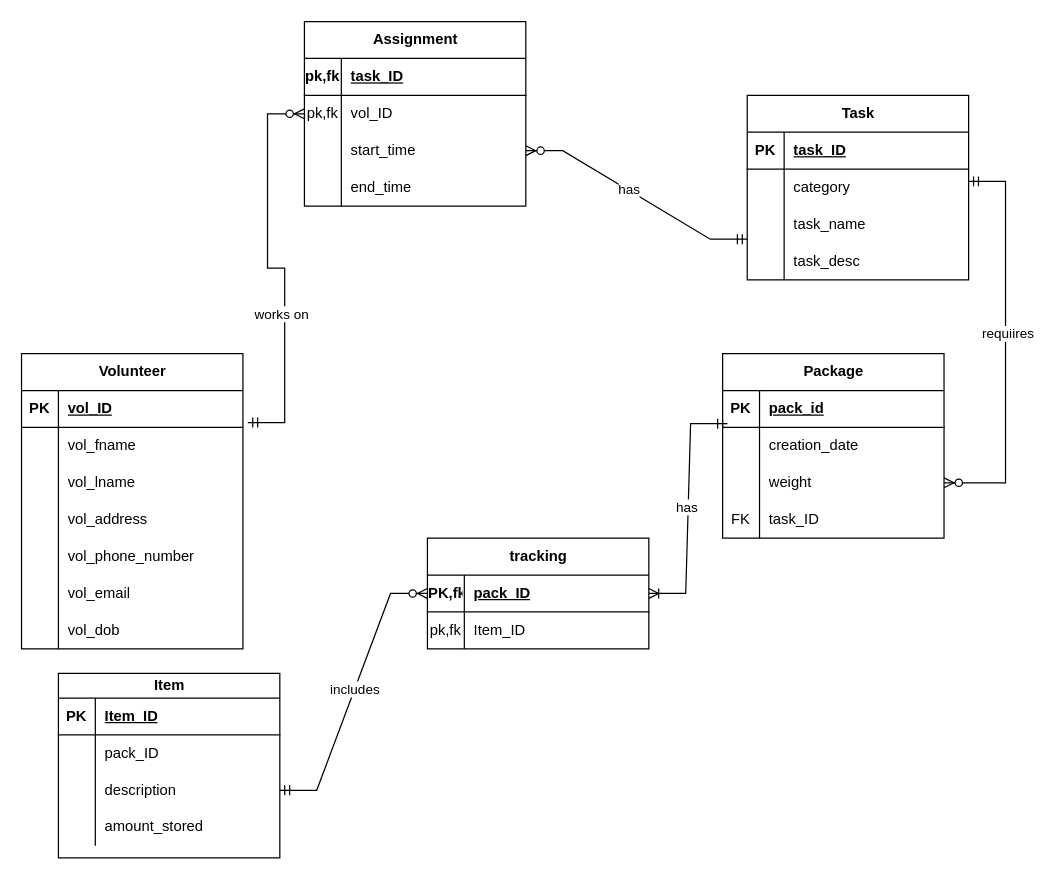
Above: Untitled Diagram.drawio in yumvinegar/database (draw.io), before the change. Source tidied: cells renumbered, new cells numbered last; positions are measured from the earlier drawing's top-left corner, leaving out a move shared by most shapes. Both pictures are drawn from the tidied source at 123%, with x=0, y=0 at pixel (21, 21).
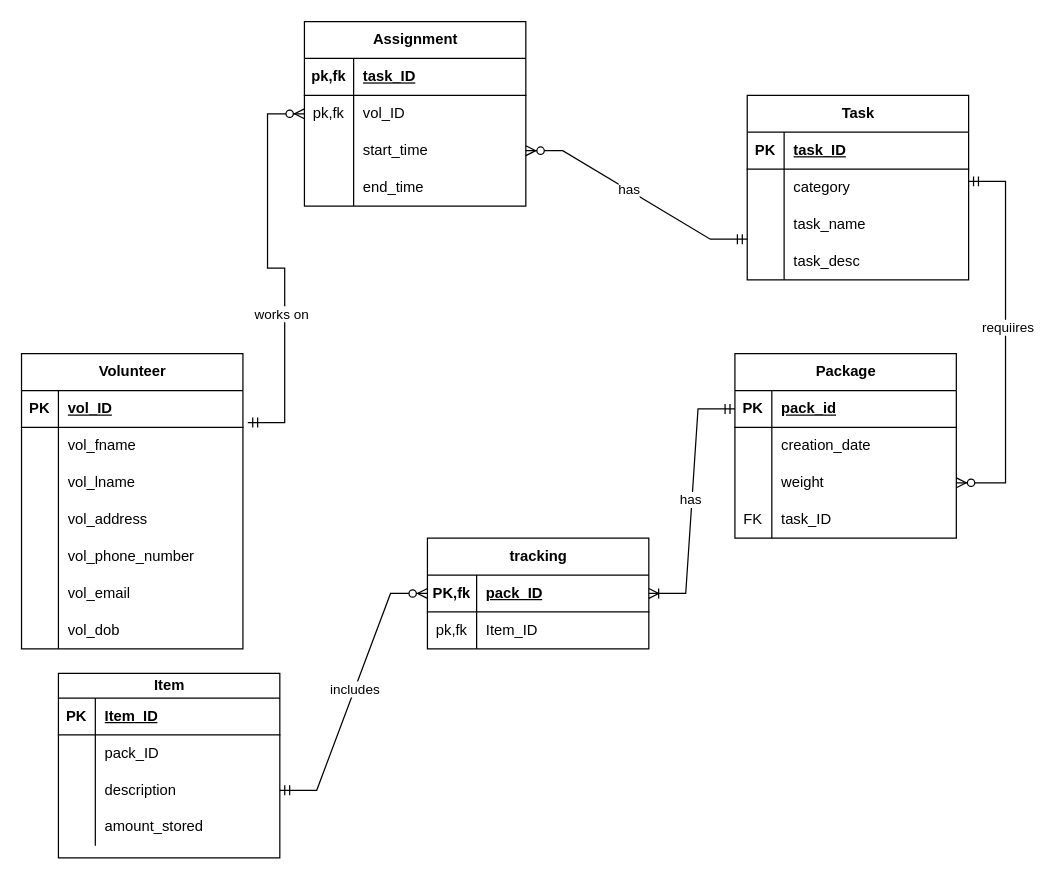
Above is the later version.

Unchanged cells that the change refers to:
```xml
<mxCell id="38" style="shape=tableRow;horizontal=0;startSize=0;swimlaneHead=0;swimlaneBody=0;fillColor=none;points=[[0,0.5],[1,0.5]];portConstraint=eastwest;top=0;left=0;right=0;bottom=1;" parent="37" vertex="1">
  <mxGeometry y="30" width="180" height="30" as="geometry" />
</mxCell>
<mxCell id="41" style="shape=tableRow;horizontal=0;startSize=0;swimlaneHead=0;swimlaneBody=0;fillColor=none;points=[[0,0.5],[1,0.5]];portConstraint=eastwest;top=0;left=0;right=0;bottom=0;" parent="37" vertex="1">
  <mxGeometry y="60" width="180" height="30" as="geometry" />
</mxCell>
<mxCell id="64" style="shape=tableRow;horizontal=0;startSize=0;swimlaneHead=0;swimlaneBody=0;fillColor=none;top=0;left=0;right=0;bottom=1;" parent="63" vertex="1">
  <mxGeometry y="30" width="180" height="30" as="geometry" />
</mxCell>
<mxCell id="67" style="shape=tableRow;horizontal=0;startSize=0;swimlaneHead=0;swimlaneBody=0;fillColor=none;points=[[0,0.5],[1,0.5]];portConstraint=eastwest;top=0;left=0;right=0;bottom=0;" parent="63" vertex="1">
  <mxGeometry y="60" width="180" height="30" as="geometry" />
</mxCell>
<mxCell id="70" style="shape=tableRow;horizontal=0;startSize=0;swimlaneHead=0;swimlaneBody=0;fillColor=none;points=[[0,0.5],[1,0.5]];portConstraint=eastwest;top=0;left=0;right=0;bottom=0;" parent="63" vertex="1">
  <mxGeometry y="90" width="180" height="30" as="geometry" />
</mxCell>
<mxCell id="73" style="shape=tableRow;horizontal=0;startSize=0;swimlaneHead=0;swimlaneBody=0;fillColor=none;top=0;left=0;right=0;bottom=0;" parent="63" vertex="1">
  <mxGeometry y="120" width="180" height="30" as="geometry" />
</mxCell>
<mxCell id="79" style="shape=tableRow;horizontal=0;startSize=0;swimlaneHead=0;swimlaneBody=0;fillColor=none;points=[[0,0.5],[1,0.5]];portConstraint=eastwest;top=0;left=0;right=0;bottom=1;" parent="78" vertex="1">
  <mxGeometry y="30" width="180" height="30" as="geometry" />
</mxCell>
<mxCell id="82" style="shape=tableRow;horizontal=0;startSize=0;swimlaneHead=0;swimlaneBody=0;fillColor=none;top=0;left=0;right=0;bottom=0;" parent="78" vertex="1">
  <mxGeometry y="60" width="180" height="30" as="geometry" />
</mxCell>
```

Diff of the diagram source:
```diff
@@
     <mxCell id="37" value="Package" style="shape=table;startSize=30;childLayout=tableLayout;rowLines=0;fontStyle=1;align=center;html=1;" parent="1" vertex="1">
-      <mxGeometry x="570" y="270" width="180" height="150" as="geometry" />
+      <mxGeometry x="580" y="270" width="180" height="150" as="geometry" />
     </mxCell>
@@
     <mxCell id="65" value="pk,fk" style="shape=partialRectangle;fillColor=none;top=0;left=0;bottom=0;right=0;fontStyle=1;overflow=hidden;whiteSpace=wrap;html=1;" parent="64" vertex="1">
-      <mxGeometry width="30" height="30" as="geometry" />
+      <mxGeometry width="40" height="30" as="geometry" />
     </mxCell>
     <mxCell id="66" value="task_ID" style="shape=partialRectangle;fillColor=none;top=0;left=0;bottom=0;right=0;align=left;spacingLeft=6;fontStyle=5;overflow=hidden;whiteSpace=wrap;html=1;" parent="64" vertex="1">
-      <mxGeometry x="30" width="150" height="30" as="geometry" />
+      <mxGeometry x="40" width="140" height="30" as="geometry" />
     </mxCell>
@@
     <mxCell id="68" value="pk,fk" style="shape=partialRectangle;fillColor=none;top=0;left=0;bottom=0;right=0;overflow=hidden;whiteSpace=wrap;html=1;" parent="67" vertex="1">
-      <mxGeometry width="30" height="30" as="geometry" />
+      <mxGeometry width="40" height="30" as="geometry" />
     </mxCell>
     <mxCell id="69" value="vol_ID" style="shape=partialRectangle;fillColor=none;top=0;left=0;bottom=0;right=0;align=left;spacingLeft=6;overflow=hidden;whiteSpace=wrap;html=1;" parent="67" vertex="1">
-      <mxGeometry x="30" width="150" height="30" as="geometry" />
+      <mxGeometry x="40" width="140" height="30" as="geometry" />
     </mxCell>
@@
     <mxCell id="71" style="shape=partialRectangle;fillColor=none;top=0;left=0;bottom=0;right=0;overflow=hidden;whiteSpace=wrap;html=1;" parent="70" vertex="1">
-      <mxGeometry width="30" height="30" as="geometry" />
+      <mxGeometry width="40" height="30" as="geometry" />
     </mxCell>
     <mxCell id="72" value="start_time" style="shape=partialRectangle;fillColor=none;top=0;left=0;bottom=0;right=0;align=left;spacingLeft=6;overflow=hidden;whiteSpace=wrap;html=1;" parent="70" vertex="1">
-      <mxGeometry x="30" width="150" height="30" as="geometry" />
+      <mxGeometry x="40" width="140" height="30" as="geometry" />
     </mxCell>
@@
     <mxCell id="74" style="shape=partialRectangle;fillColor=none;top=0;left=0;bottom=0;right=0;overflow=hidden;whiteSpace=wrap;html=1;" parent="73" vertex="1">
-      <mxGeometry width="30" height="30" as="geometry" />
+      <mxGeometry width="40" height="30" as="geometry" />
     </mxCell>
     <mxCell id="75" value="end_time" style="shape=partialRectangle;fillColor=none;top=0;left=0;bottom=0;right=0;align=left;spacingLeft=6;overflow=hidden;whiteSpace=wrap;html=1;" parent="73" vertex="1">
-      <mxGeometry x="30" width="150" height="30" as="geometry" />
+      <mxGeometry x="40" width="140" height="30" as="geometry" />
     </mxCell>
@@
     <mxCell id="80" value="PK,fk" style="shape=partialRectangle;fillColor=none;top=0;left=0;bottom=0;right=0;fontStyle=1;overflow=hidden;whiteSpace=wrap;html=1;" parent="79" vertex="1">
-      <mxGeometry width="30" height="30" as="geometry" />
+      <mxGeometry width="40" height="30" as="geometry" />
     </mxCell>
     <mxCell id="81" value="pack_ID" style="shape=partialRectangle;fillColor=none;top=0;left=0;bottom=0;right=0;align=left;spacingLeft=6;fontStyle=5;overflow=hidden;whiteSpace=wrap;html=1;" parent="79" vertex="1">
-      <mxGeometry x="30" width="150" height="30" as="geometry" />
+      <mxGeometry x="40" width="140" height="30" as="geometry" />
     </mxCell>
@@
     <mxCell id="83" value="pk,fk" style="shape=partialRectangle;fillColor=none;top=0;left=0;bottom=0;right=0;overflow=hidden;whiteSpace=wrap;html=1;" parent="82" vertex="1">
-      <mxGeometry width="30" height="30" as="geometry" />
+      <mxGeometry width="40" height="30" as="geometry" />
     </mxCell>
     <mxCell id="84" value="Item_ID" style="shape=partialRectangle;fillColor=none;top=0;left=0;bottom=0;right=0;align=left;spacingLeft=6;overflow=hidden;whiteSpace=wrap;html=1;" parent="82" vertex="1">
-      <mxGeometry x="30" width="150" height="30" as="geometry" />
+      <mxGeometry x="40" width="140" height="30" as="geometry" />
     </mxCell>
@@
-    <mxCell id="87" style="edgeStyle=entityRelationEdgeStyle;fontSize=12;html=1;endArrow=ERoneToMany;startArrow=ERmandOne;rounded=0;entryX=1;entryY=0.5;entryDx=0;entryDy=0;exitX=0.022;exitY=-0.1;exitDx=0;exitDy=0;exitPerimeter=0;" parent="1" edge="1" source="41" target="79">
+    <mxCell id="87" style="edgeStyle=entityRelationEdgeStyle;fontSize=12;html=1;endArrow=ERoneToMany;startArrow=ERmandOne;rounded=0;entryX=1;entryY=0.5;entryDx=0;entryDy=0;exitX=0;exitY=0.5;exitDx=0;exitDy=0;" parent="1" edge="1" source="38" target="79">
       <mxGeometry relative="1" as="geometry" />
     </mxCell>
```
